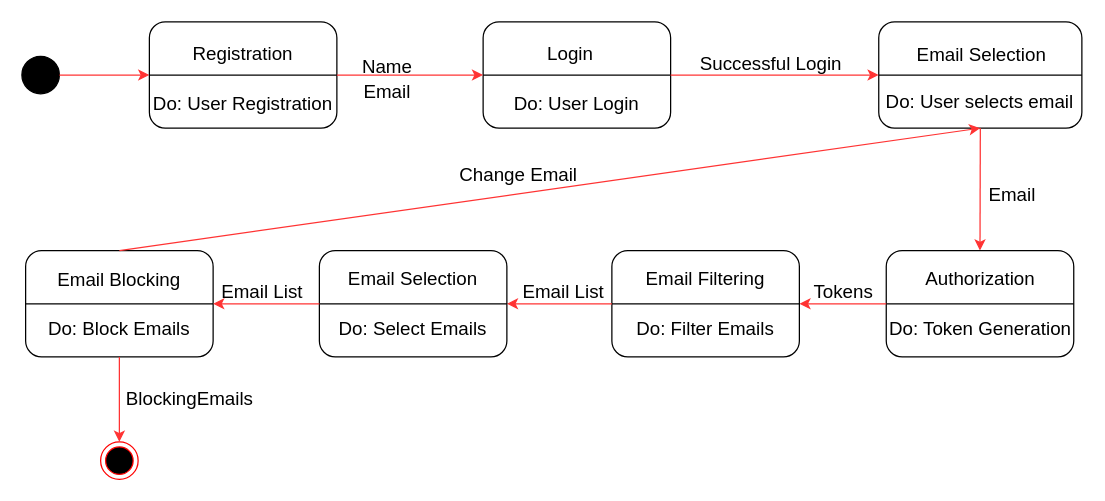
Earlier version of the draw.io diagram State Diagram.drawio (Yash7200/CP-3). Source tidied: cells renumbered, new cells numbered last; positions are measured from the earlier drawing's top-left corner, leaving out a move shared by most shapes. Both pictures are drawn from the tidied source at 125%, with x=0, y=0 at pixel (21, 21).
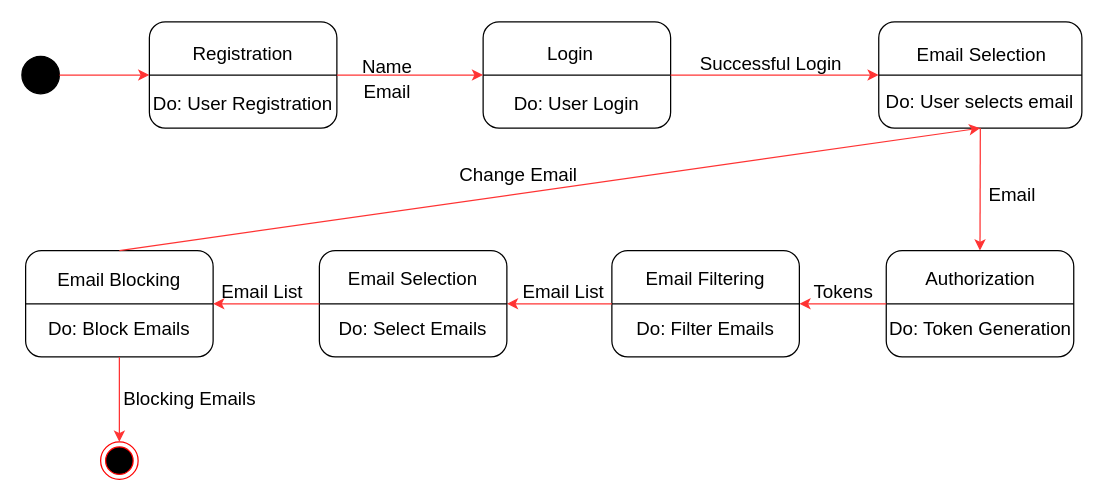
Above is the later version.

Diff of the diagram source:
```diff
@@
-    <mxCell id="52" value="BlockingEmails" style="text;html=1;align=center;verticalAlign=middle;strokeColor=none;fillColor=none;fontSize=15;fontColor=#000000;" parent="1" vertex="1">
+    <mxCell id="52" value="Blocking Emails" style="text;html=1;align=center;verticalAlign=middle;strokeColor=none;fillColor=none;fontSize=15;fontColor=#000000;" parent="1" vertex="1">
       <mxGeometry x="69" y="286" width="130" height="30" as="geometry" />
     </mxCell>
```
